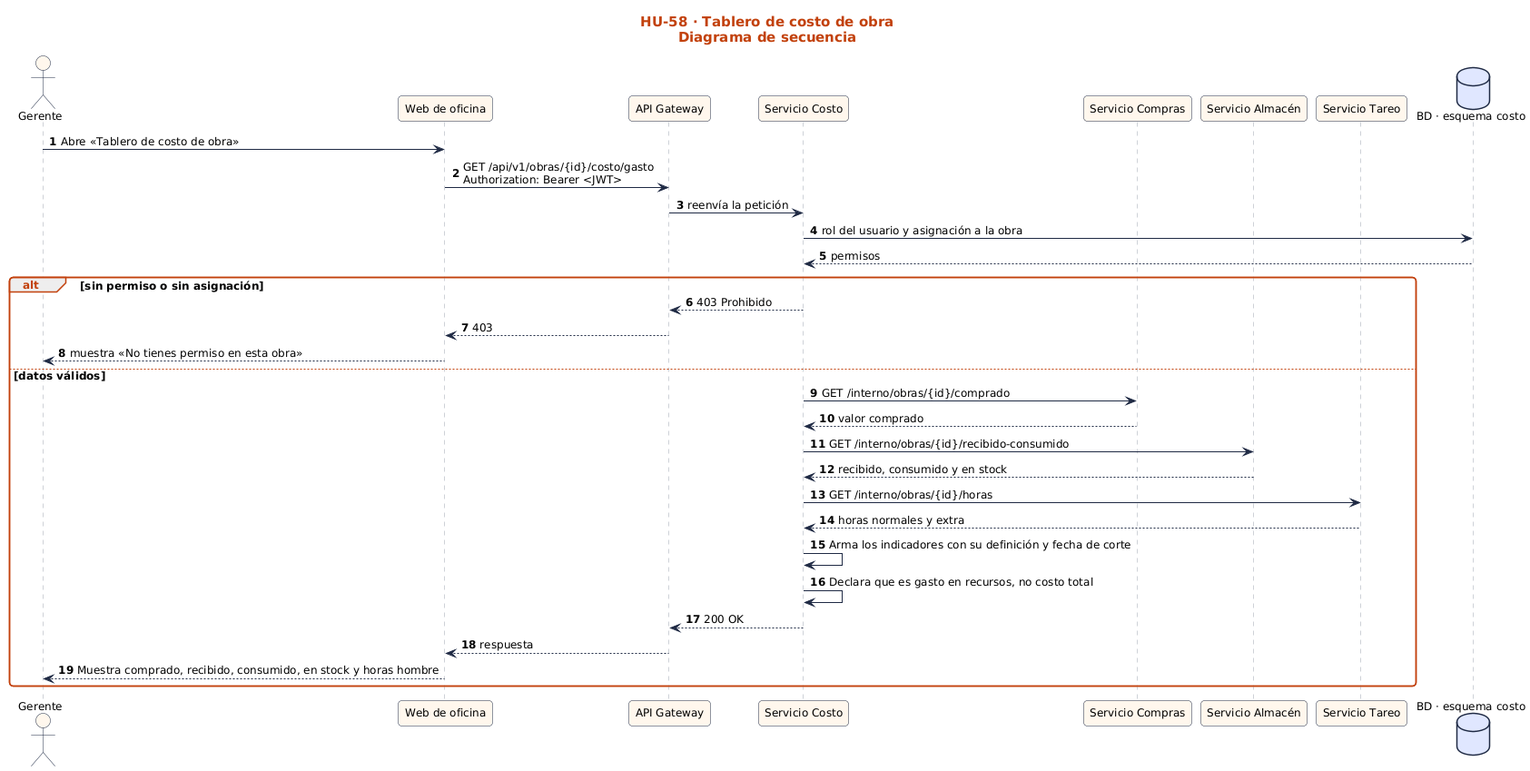
Earlier version of the PlantUML export docs/sprint-2/diagramas-hu/hu-58-tablero-de-costo-de-obra/secuencia.png (nandoestebanif/sevens-sigro).
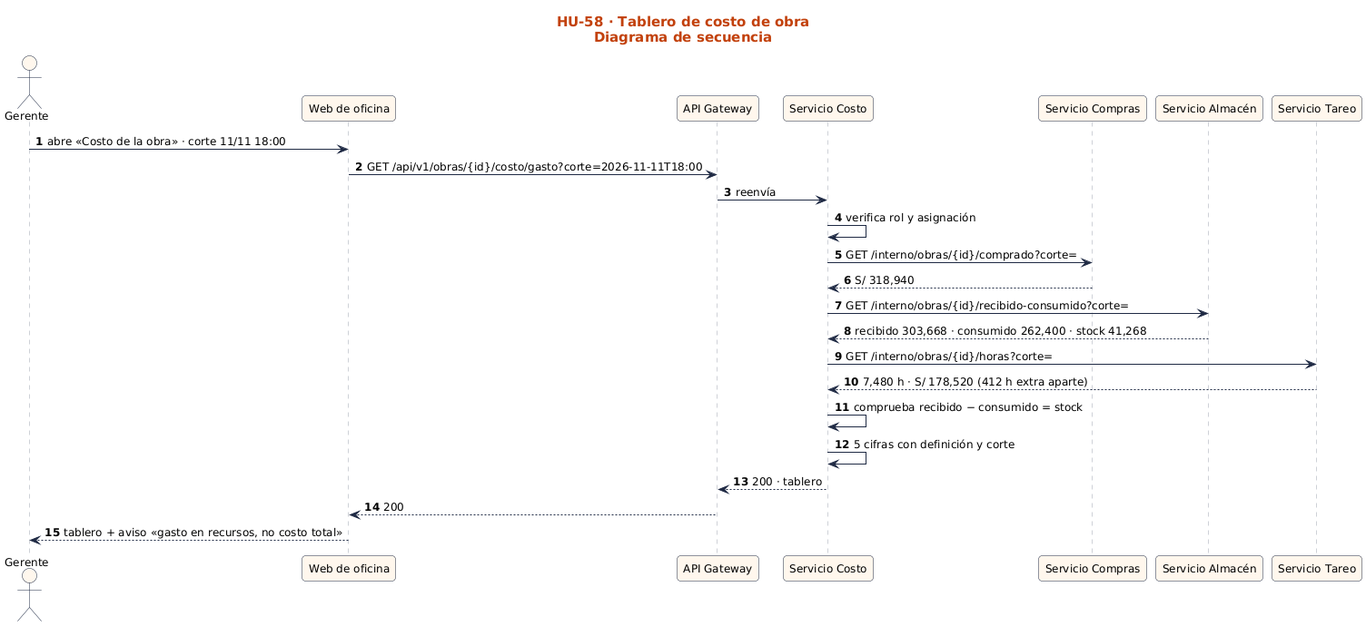
Later version of the same file.

Diff of the diagram source:
```diff
@@ -5,31 +5,23 @@
 actor "Gerente" as U
 participant "Web de oficina" as UI
 participant "API Gateway" as GW
-participant "Servicio Costo" as S
-participant "Servicio Compras" as X0
-participant "Servicio Almacén" as X1
-participant "Servicio Tareo" as X2
-database "BD · esquema costo" as BD
-U -> UI : Abre «Tablero de costo de obra»
-UI -> GW : GET /api/v1/obras/{id}/costo/gasto\nAuthorization: Bearer <JWT>
-GW -> S : reenvía la petición
-S -> BD : rol del usuario y asignación a la obra
-BD --> S : permisos
-alt sin permiso o sin asignación
-  S --> GW : 403 Prohibido
-  GW --> UI : 403
-  UI --> U : muestra «No tienes permiso en esta obra»
-else datos válidos
-  S -> X0 : GET /interno/obras/{id}/comprado
-  X0 --> S : valor comprado
-  S -> X1 : GET /interno/obras/{id}/recibido-consumido
-  X1 --> S : recibido, consumido y en stock
-  S -> X2 : GET /interno/obras/{id}/horas
-  X2 --> S : horas normales y extra
-  S -> S : Arma los indicadores con su definición y fecha de corte
-  S -> S : Declara que es gasto en recursos, no costo total
-  S --> GW : 200 OK
-  GW --> UI : respuesta
-  UI --> U : Muestra comprado, recibido, consumido, en stock y horas hombre
-end
+participant "Servicio Costo" as SK
+participant "Servicio Compras" as SC
+participant "Servicio Almacén" as SA
+participant "Servicio Tareo" as ST
+U -> UI : abre «Costo de la obra» · corte 11/11 18:00
+UI -> GW : GET /api/v1/obras/{id}/costo/gasto?corte=2026-11-11T18:00
+GW -> SK : reenvía
+SK -> SK : verifica rol y asignación
+SK -> SC : GET /interno/obras/{id}/comprado?corte=
+SC --> SK : S/ 318,940
+SK -> SA : GET /interno/obras/{id}/recibido-consumido?corte=
+SA --> SK : recibido 303,668 · consumido 262,400 · stock 41,268
+SK -> ST : GET /interno/obras/{id}/horas?corte=
+ST --> SK : 7,480 h · S/ 178,520 (412 h extra aparte)
+SK -> SK : comprueba recibido − consumido = stock
+SK -> SK : 5 cifras con definición y corte
+SK --> GW : 200 · tablero
+GW --> UI : 200
+UI --> U : tablero + aviso «gasto en recursos, no costo total»
 @enduml
```
